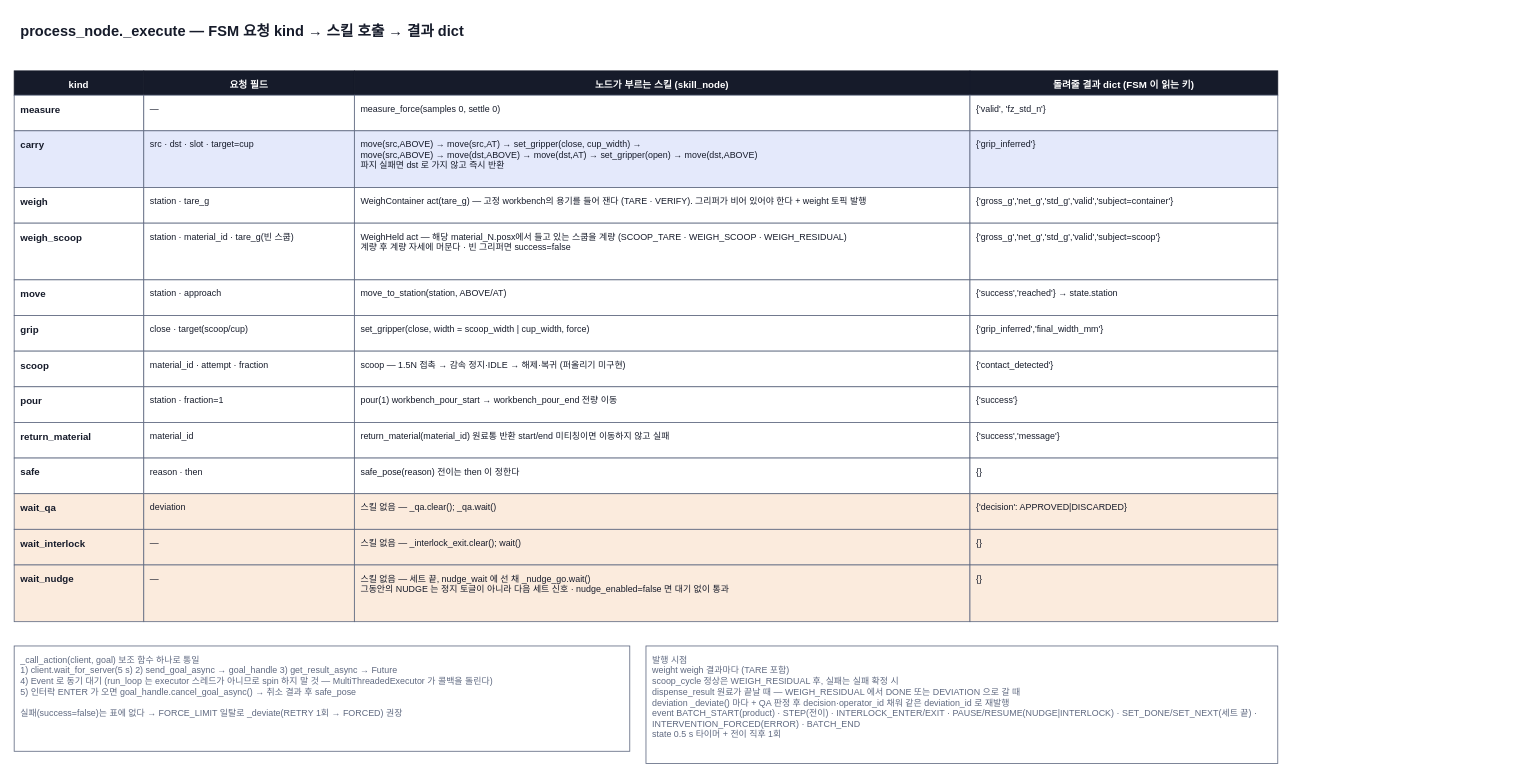
The draw.io diagram page "3 요청↔스킬 번역 (_execute)" (3 of 4) of docs/diagrams/process_flow.drawio in Jik-Kim/auto-pharmacist, before the edit. Source tidied: cells renumbered, new cells numbered last; positions are measured from the earlier drawing's top-left corner, leaving out a move shared by most shapes. Both pictures are drawn from the tidied source at 81%, with x=0, y=0 at pixel (14, 14).
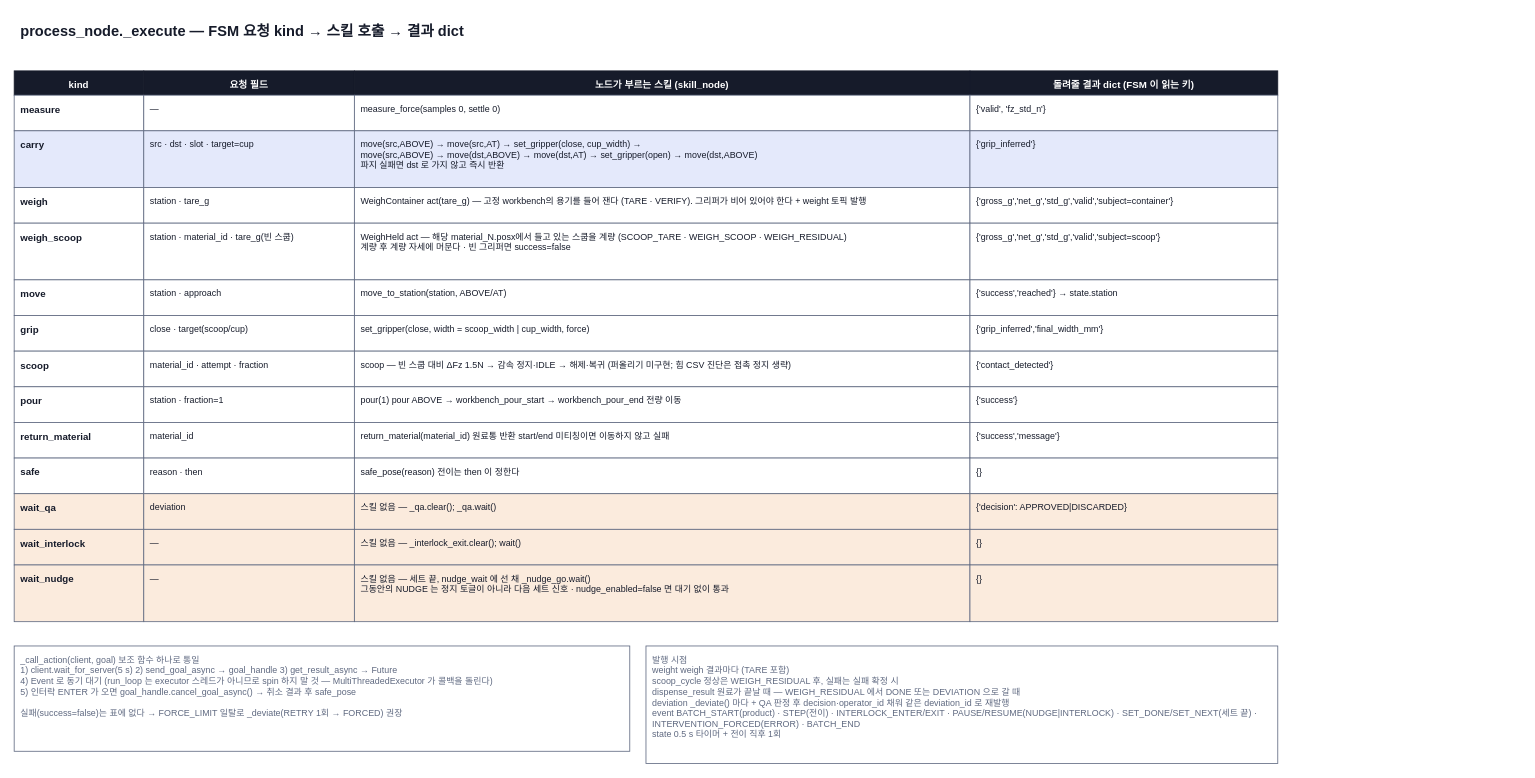
After the change.

Commit message (it also covers changes not shown here):
feat: 빈 스쿱 힘 기준과 Pour 접근 경로 보완

Diff of the diagram source:
```diff
@@
-    <mxCell id="33" value="scoop — 1.5N 접촉 → 감속 정지·IDLE → 해제·복귀 (퍼올리기 미구현)" style="rounded=0;whiteSpace=wrap;html=1;fillColor=#FFFFFF;strokeColor=#5F6980;fontColor=#161B2A;fontSize=11;align=left;verticalAlign=top;spacingTop=4;spacingLeft=6;spacingRight=6;" parent="1" vertex="1">
+    <mxCell id="33" value="scoop — 빈 스쿱 대비 ΔFz 1.5N → 감속 정지·IDLE → 해제·복귀 (퍼올리기 미구현; 힘 CSV 진단은 접촉 정지 생략)" style="rounded=0;whiteSpace=wrap;html=1;fillColor=#FFFFFF;strokeColor=#5F6980;fontColor=#161B2A;fontSize=11;align=left;verticalAlign=top;spacingTop=4;spacingLeft=6;spacingRight=6;" parent="1" vertex="1">
       <mxGeometry x="420" y="416" width="760" height="44" as="geometry" />
     </mxCell>
@@
-    <mxCell id="37" value="pour(1)   workbench_pour_start → workbench_pour_end 전량 이동" style="rounded=0;whiteSpace=wrap;html=1;fillColor=#FFFFFF;strokeColor=#5F6980;fontColor=#161B2A;fontSize=11;align=left;verticalAlign=top;spacingTop=4;spacingLeft=6;spacingRight=6;" parent="1" vertex="1">
+    <mxCell id="37" value="pour(1)   pour ABOVE → workbench_pour_start → workbench_pour_end 전량 이동" style="rounded=0;whiteSpace=wrap;html=1;fillColor=#FFFFFF;strokeColor=#5F6980;fontColor=#161B2A;fontSize=11;align=left;verticalAlign=top;spacingTop=4;spacingLeft=6;spacingRight=6;" parent="1" vertex="1">
       <mxGeometry x="420" y="460" width="760" height="44" as="geometry" />
     </mxCell>
```
